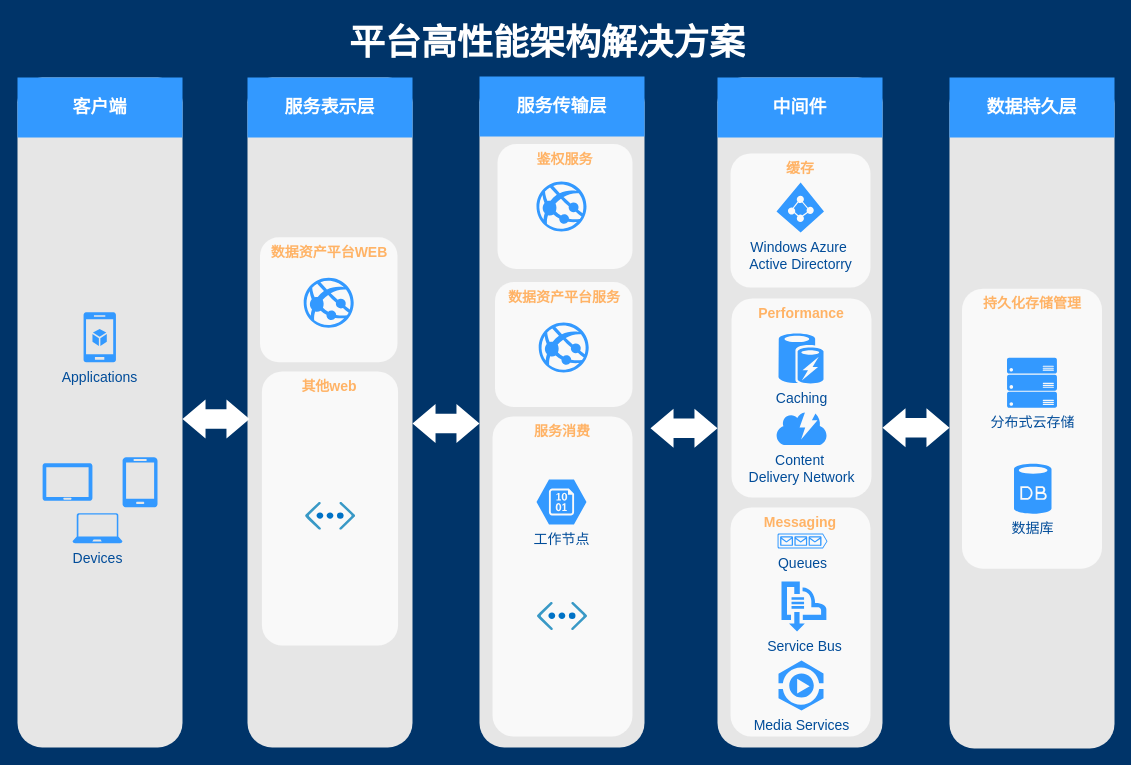
Before: drawio/未命名绘图.drawio in Liscva/drawio, a draw.io diagram. Source tidied: cells renumbered, new cells numbered last; positions are measured from the earlier drawing's top-left corner, leaving out a move shared by most shapes. Both pictures are drawn from the tidied source at 100%, with x=0, y=0 at pixel (17, 17).
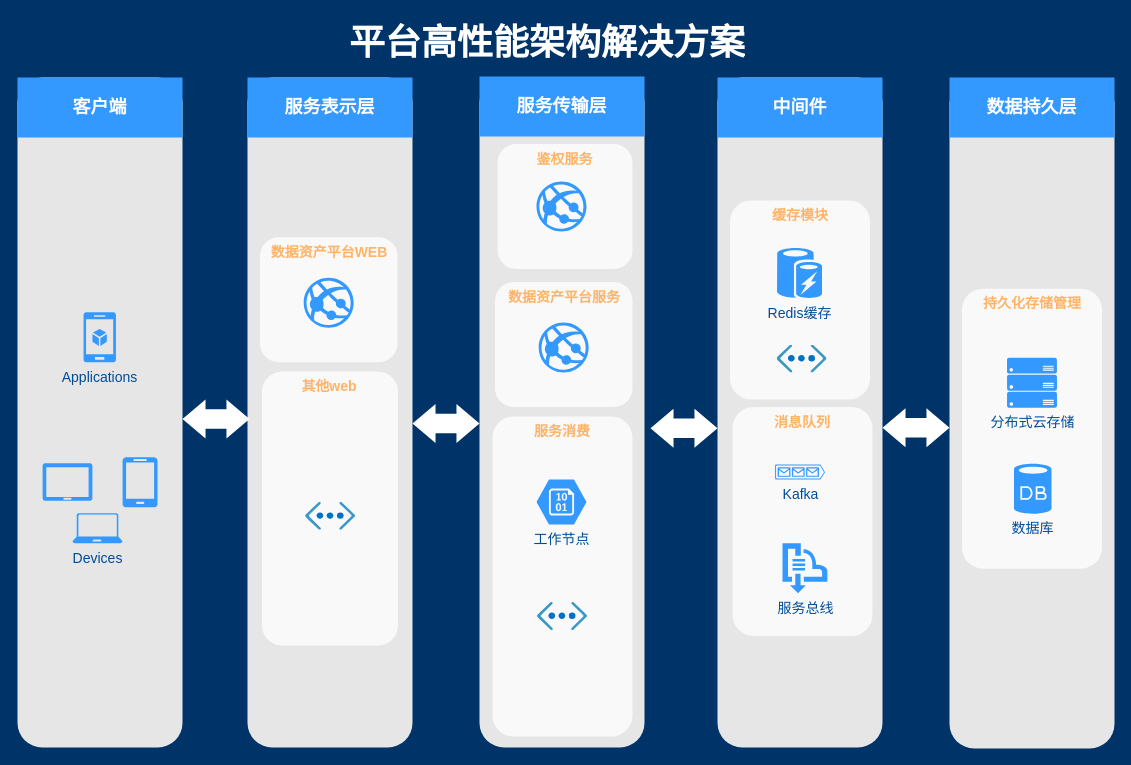
Above is the later version.

Commit message (it also covers changes not shown here):
更新未命名绘图.drawio

The edit, as a diff of the source:
```diff
@@
-    <mxCell id="24" value="缓存" style="rounded=1;whiteSpace=wrap;html=1;dashed=1;strokeColor=none;strokeWidth=2;fillColor=#FFFFFF;fontFamily=Helvetica;fontSize=14;fontColor=#FFB366;opacity=75;verticalAlign=top;fontStyle=1;" parent="1" vertex="1">
-      <mxGeometry x="713" y="136" width="140" height="134" as="geometry" />
-    </mxCell>
-    <mxCell id="25" value="Windows Azure&amp;nbsp;&lt;div&gt;Active Directorry&lt;/div&gt;" style="verticalLabelPosition=bottom;html=1;verticalAlign=top;strokeColor=none;fillColor=#3399FF;shape=mxgraph.azure.azure_active_directory;dashed=1;fontFamily=Helvetica;fontSize=14;fontColor=#004C99;" parent="1" vertex="1">
-      <mxGeometry x="759" y="165" width="47.5" height="50" as="geometry" />
-    </mxCell>
-    <mxCell id="26" value="Performance" style="rounded=1;whiteSpace=wrap;html=1;dashed=1;strokeColor=none;strokeWidth=2;fillColor=#FFFFFF;fontFamily=Helvetica;fontSize=14;fontColor=#FFB366;opacity=75;verticalAlign=top;fontStyle=1;" parent="1" vertex="1">
-      <mxGeometry x="714" y="281" width="140" height="199" as="geometry" />
+    <mxCell id="26" value="缓存模块" style="rounded=1;whiteSpace=wrap;html=1;dashed=1;strokeColor=none;strokeWidth=2;fillColor=#FFFFFF;fontFamily=Helvetica;fontSize=14;fontColor=#FFB366;opacity=75;verticalAlign=top;fontStyle=1;" parent="1" vertex="1">
+      <mxGeometry x="712.5" y="183" width="140" height="199" as="geometry" />
     </mxCell>
-    <mxCell id="27" value="Caching" style="verticalLabelPosition=bottom;html=1;verticalAlign=top;strokeColor=none;fillColor=#3399FF;shape=mxgraph.azure.azure_cache;dashed=1;fontFamily=Helvetica;fontSize=14;fontColor=#004C99;" parent="1" vertex="1">
-      <mxGeometry x="761" y="316" width="45" height="50" as="geometry" />
-    </mxCell>
-    <mxCell id="28" value="Content&amp;nbsp;&lt;div&gt;Delivery Network&lt;/div&gt;" style="verticalLabelPosition=bottom;html=1;verticalAlign=top;strokeColor=none;fillColor=#3399FF;shape=mxgraph.azure.content_delivery_network;dashed=1;fontFamily=Helvetica;fontSize=14;fontColor=#004C99;" parent="1" vertex="1">
-      <mxGeometry x="759" y="395" width="50" height="32.5" as="geometry" />
-    </mxCell>
-    <mxCell id="29" value="Messaging" style="rounded=1;whiteSpace=wrap;html=1;dashed=1;strokeColor=none;strokeWidth=2;fillColor=#FFFFFF;fontFamily=Helvetica;fontSize=14;fontColor=#FFB366;opacity=75;verticalAlign=top;fontStyle=1;" parent="1" vertex="1">
-      <mxGeometry x="713" y="490" width="140" height="229" as="geometry" />
+    <mxCell id="29" value="消息队列" style="rounded=1;whiteSpace=wrap;html=1;dashed=1;strokeColor=none;strokeWidth=2;fillColor=#FFFFFF;fontFamily=Helvetica;fontSize=14;fontColor=#FFB366;opacity=75;verticalAlign=top;fontStyle=1;" parent="1" vertex="1">
+      <mxGeometry x="715" y="389.5" width="140" height="229" as="geometry" />
     </mxCell>
-    <mxCell id="30" value="Queues" style="verticalLabelPosition=bottom;html=1;verticalAlign=top;strokeColor=none;fillColor=#3399FF;shape=mxgraph.azure.queue_generic;dashed=1;fontFamily=Helvetica;fontSize=14;fontColor=#004C99;" parent="1" vertex="1">
-      <mxGeometry x="760" y="516" width="50" height="15" as="geometry" />
+    <mxCell id="30" value="Kafka" style="verticalLabelPosition=bottom;html=1;verticalAlign=top;strokeColor=none;fillColor=#3399FF;shape=mxgraph.azure.queue_generic;dashed=1;fontFamily=Helvetica;fontSize=14;fontColor=#004C99;" parent="1" vertex="1">
+      <mxGeometry x="757.5" y="447" width="50" height="15" as="geometry" />
     </mxCell>
-    <mxCell id="31" value="Service Bus" style="verticalLabelPosition=bottom;html=1;verticalAlign=top;strokeColor=none;fillColor=#3399FF;shape=mxgraph.azure.service_bus;dashed=1;fontFamily=Helvetica;fontSize=14;fontColor=#004C99;" parent="1" vertex="1">
-      <mxGeometry x="764" y="564" width="45" height="50" as="geometry" />
+    <mxCell id="31" value="服务总线" style="verticalLabelPosition=bottom;html=1;verticalAlign=top;strokeColor=none;fillColor=#3399FF;shape=mxgraph.azure.service_bus;dashed=1;fontFamily=Helvetica;fontSize=14;fontColor=#004C99;" parent="1" vertex="1">
+      <mxGeometry x="765" y="525.8" width="45" height="50" as="geometry" />
     </mxCell>
-    <mxCell id="32" value="Media Services" style="verticalLabelPosition=bottom;html=1;verticalAlign=top;strokeColor=none;fillColor=#3399FF;shape=mxgraph.azure.media_service;dashed=1;fontFamily=Helvetica;fontSize=14;fontColor=#004C99;" parent="1" vertex="1">
-      <mxGeometry x="761" y="643" width="45" height="50" as="geometry" />
-    </mxCell>
@@
+    <mxCell id="44" style="sketch=0;html=1;align=center;image;fontSize=12;image=img/lib/mscae/Virtual_Network_Classic.svg;" parent="1" vertex="1">
+      <mxGeometry x="759.5" y="327.5" width="50" height="28" as="geometry" />
+    </mxCell>
+    <mxCell id="45" value="Redis缓存" style="verticalLabelPosition=bottom;html=1;verticalAlign=top;strokeColor=none;fillColor=#3399FF;shape=mxgraph.azure.azure_cache;dashed=1;fontFamily=Helvetica;fontSize=14;fontColor=#004C99;" parent="1" vertex="1">
+      <mxGeometry x="759.5" y="230.5" width="45" height="50" as="geometry" />
+    </mxCell>
```
